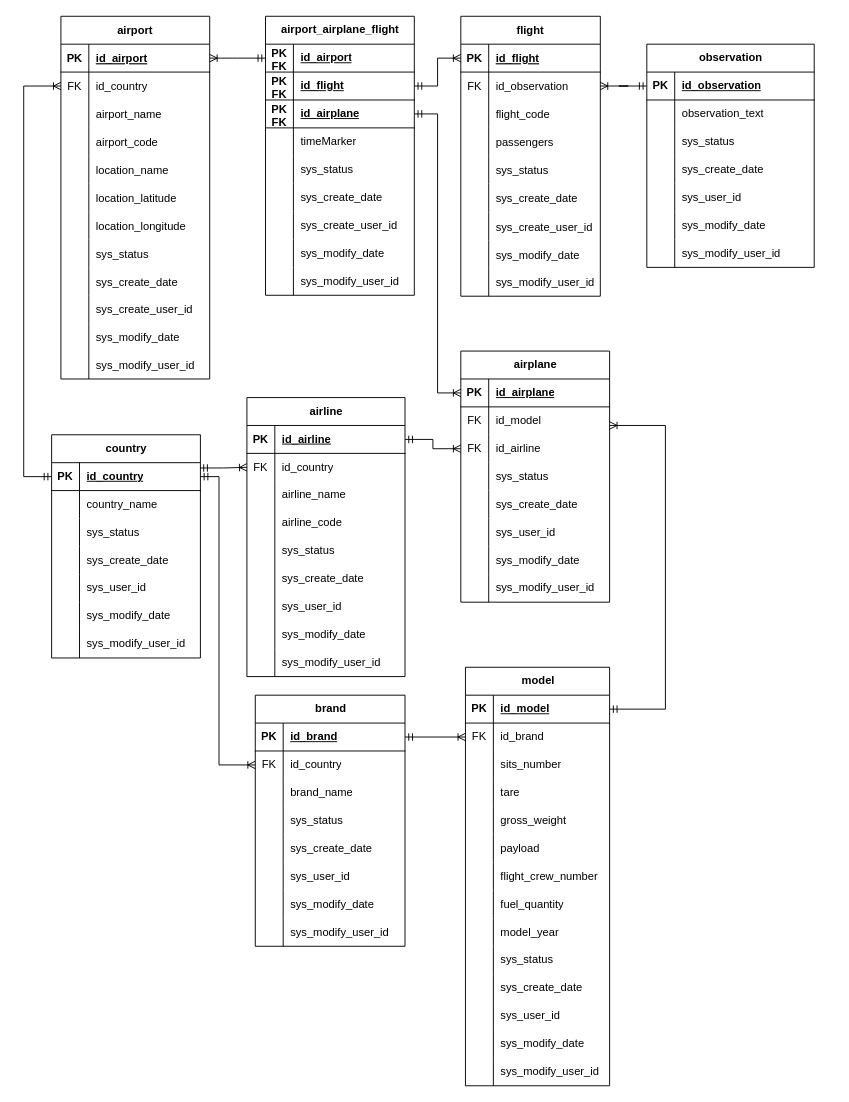
The draw.io diagram DER FlightRadar.drawio in DanielDuarte-Developer/ProjetoBDFlightRadar, before the edit. Source tidied: cells renumbered, new cells numbered last; positions are measured from the earlier drawing's top-left corner, leaving out a move shared by most shapes. Both pictures are drawn from the tidied source at 93%, with x=0, y=0 at pixel (23, 16).
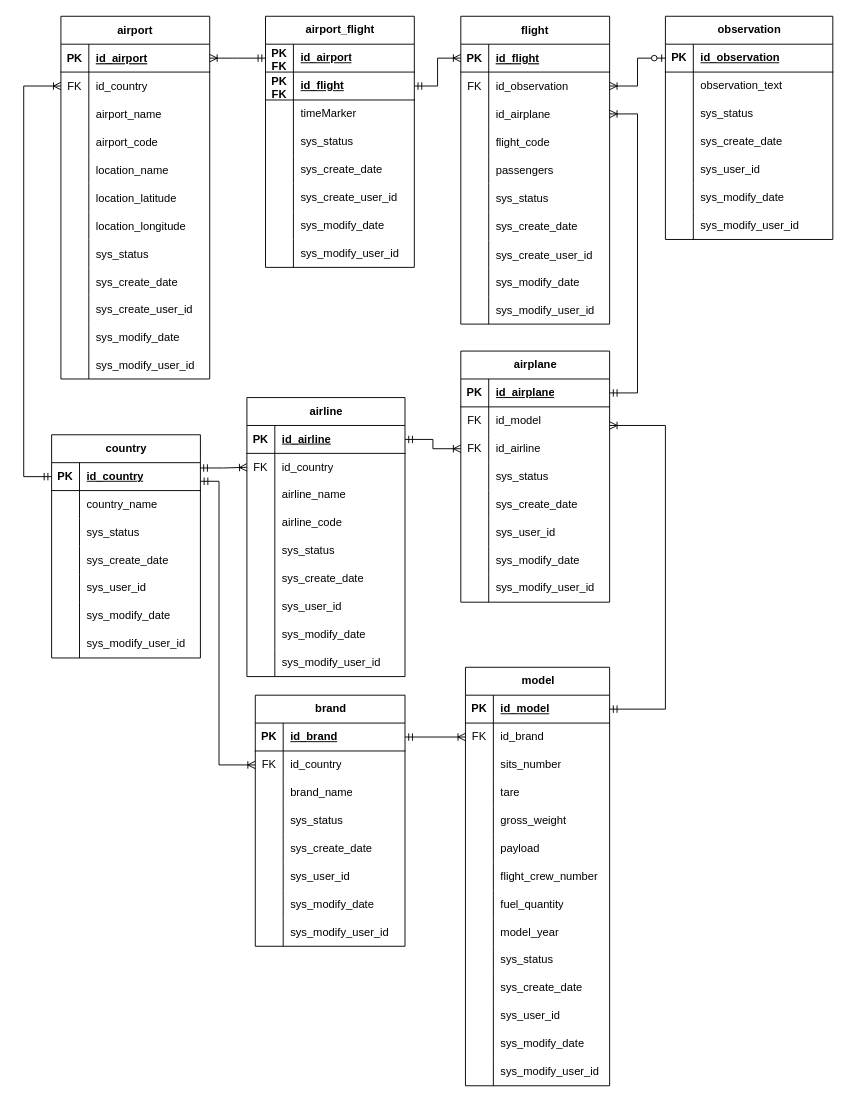
After the change.

Commit message:
I am once again updating the diagram

Unchanged cells that the change refers to:
```xml
<mxCell id="96" style="shape=tableRow;horizontal=0;startSize=0;swimlaneHead=0;swimlaneBody=0;fillColor=none;points=[[0,0.5],[1,0.5]];portConstraint=eastwest;top=0;left=0;right=0;bottom=1;" parent="95" vertex="1">
  <mxGeometry y="30" width="160" height="30" as="geometry" />
</mxCell>
<mxCell id="121" style="shape=tableRow;horizontal=0;startSize=0;swimlaneHead=0;swimlaneBody=0;fillColor=none;points=[[0,0.5],[1,0.5]];portConstraint=eastwest;top=0;left=0;right=0;bottom=1;" parent="120" vertex="1">
  <mxGeometry y="30" width="160" height="30" as="geometry" />
</mxCell>
<mxCell id="189" style="shape=tableRow;horizontal=0;startSize=0;swimlaneHead=0;swimlaneBody=0;fillColor=none;points=[[0,0.5],[1,0.5]];portConstraint=eastwest;top=0;left=0;right=0;bottom=0;" parent="185" vertex="1">
  <mxGeometry y="60" width="161" height="30" as="geometry" />
</mxCell>
<mxCell id="248" style="shape=tableRow;horizontal=0;startSize=0;swimlaneHead=0;swimlaneBody=0;fillColor=none;points=[[0,0.5],[1,0.5]];portConstraint=eastwest;top=0;left=0;right=0;bottom=1;" parent="247" vertex="1">
  <mxGeometry y="30" width="180" height="30" as="geometry" />
</mxCell>
```

The edit, as a diff of the source:
```diff
@@
     <mxCell id="2" value="flight" style="shape=table;startSize=30;childLayout=tableLayout;rowLines=0;fontStyle=1;align=center;" parent="1" vertex="1">
-      <mxGeometry x="470" width="150" height="301" as="geometry" />
+      <mxGeometry x="470" width="160" height="331" as="geometry" />
     </mxCell>
     <mxCell id="3" style="shape=partialRectangle;fillColor=none;points=[[0,0.5],[1,0.5]];portConstraint=eastwest;top=0;left=0;right=0;bottom=1;" parent="2" vertex="1">
-      <mxGeometry y="30" width="150" height="30" as="geometry" />
+      <mxGeometry y="30" width="160" height="30" as="geometry" />
     </mxCell>
@@
     <mxCell id="5" value="id_flight" style="shape=partialRectangle;overflow=hidden;fillColor=none;top=0;left=0;bottom=0;right=0;align=left;spacingLeft=6;fontStyle=5;" parent="3" vertex="1">
-      <mxGeometry x="30" width="120" height="30" as="geometry" />
+      <mxGeometry x="30" width="130" height="30" as="geometry" />
     </mxCell>
     <mxCell id="6" style="shape=partialRectangle;fillColor=none;points=[[0,0.5],[1,0.5]];portConstraint=eastwest;top=0;left=0;right=0;bottom=0;" parent="2" vertex="1">
-      <mxGeometry y="60" width="150" height="30" as="geometry" />
+      <mxGeometry y="60" width="160" height="30" as="geometry" />
     </mxCell>
@@
     <mxCell id="8" value="id_observation" style="shape=partialRectangle;overflow=hidden;fillColor=none;top=0;left=0;bottom=0;right=0;align=left;spacingLeft=6;" parent="6" vertex="1">
-      <mxGeometry x="30" width="120" height="30" as="geometry" />
+      <mxGeometry x="30" width="130" height="30" as="geometry" />
     </mxCell>
     <mxCell id="9" style="shape=partialRectangle;fillColor=none;points=[[0,0.5],[1,0.5]];portConstraint=eastwest;top=0;left=0;right=0;bottom=0;" parent="2" vertex="1">
-      <mxGeometry y="90" width="150" height="30" as="geometry" />
+      <mxGeometry y="90" width="160" height="30" as="geometry" />
     </mxCell>
@@
-    <mxCell id="11" value="flight_code" style="shape=partialRectangle;overflow=hidden;fillColor=none;top=0;left=0;bottom=0;right=0;align=left;spacingLeft=6;" parent="9" vertex="1">
-      <mxGeometry x="30" width="120" height="30" as="geometry" />
+    <mxCell id="11" value="id_airplane" style="shape=partialRectangle;overflow=hidden;fillColor=none;top=0;left=0;bottom=0;right=0;align=left;spacingLeft=6;" parent="9" vertex="1">
+      <mxGeometry x="30" width="130" height="30" as="geometry" />
     </mxCell>
+    <mxCell id="270" style="shape=partialRectangle;fillColor=none;top=0;left=0;right=0;bottom=0;" parent="2" vertex="1">
+      <mxGeometry y="120" width="160" height="30" as="geometry" />
+    </mxCell>
+    <mxCell id="271" style="shape=partialRectangle;overflow=hidden;fillColor=none;top=0;left=0;bottom=0;right=0;" parent="270" vertex="1">
+      <mxGeometry width="30" height="30" as="geometry" />
+    </mxCell>
+    <mxCell id="272" value="flight_code" style="shape=partialRectangle;overflow=hidden;fillColor=none;top=0;left=0;bottom=0;right=0;align=left;spacingLeft=6;" parent="270" vertex="1">
+      <mxGeometry x="30" width="130" height="30" as="geometry" />
+    </mxCell>
     <mxCell id="12" style="shape=partialRectangle;fillColor=none;top=0;left=0;right=0;bottom=0;" parent="2" vertex="1">
-      <mxGeometry y="120" width="150" height="30" as="geometry" />
+      <mxGeometry y="150" width="160" height="30" as="geometry" />
     </mxCell>
@@
     <mxCell id="14" value="passengers" style="shape=partialRectangle;overflow=hidden;fillColor=none;top=0;left=0;bottom=0;right=0;align=left;spacingLeft=6;" parent="12" vertex="1">
-      <mxGeometry x="30" width="120" height="30" as="geometry" />
+      <mxGeometry x="30" width="130" height="30" as="geometry" />
     </mxCell>
     <mxCell id="15" style="shape=partialRectangle;fillColor=none;top=0;left=0;right=0;bottom=0;" parent="2" vertex="1">
-      <mxGeometry y="150" width="150" height="30" as="geometry" />
+      <mxGeometry y="180" width="160" height="30" as="geometry" />
     </mxCell>
@@
     <mxCell id="17" value="sys_status" style="shape=partialRectangle;overflow=hidden;fillColor=none;top=0;left=0;bottom=0;right=0;align=left;spacingLeft=6;" parent="15" vertex="1">
-      <mxGeometry x="30" width="120" height="30" as="geometry" />
+      <mxGeometry x="30" width="130" height="30" as="geometry" />
     </mxCell>
     <mxCell id="18" style="shape=partialRectangle;fillColor=none;top=0;left=0;right=0;bottom=0;" parent="2" vertex="1">
-      <mxGeometry y="180" width="150" height="31" as="geometry" />
+      <mxGeometry y="210" width="160" height="31" as="geometry" />
     </mxCell>
@@
     <mxCell id="20" value="sys_create_date" style="shape=partialRectangle;overflow=hidden;fillColor=none;top=0;left=0;bottom=0;right=0;align=left;spacingLeft=6;" parent="18" vertex="1">
-      <mxGeometry x="30" width="120" height="31" as="geometry" />
+      <mxGeometry x="30" width="130" height="31" as="geometry" />
     </mxCell>
     <mxCell id="21" style="shape=partialRectangle;fillColor=none;top=0;left=0;right=0;bottom=0;" parent="2" vertex="1">
-      <mxGeometry y="211" width="150" height="30" as="geometry" />
+      <mxGeometry y="241" width="160" height="30" as="geometry" />
     </mxCell>
@@
     <mxCell id="23" value="sys_create_user_id" style="shape=partialRectangle;overflow=hidden;fillColor=none;top=0;left=0;bottom=0;right=0;align=left;spacingLeft=6;" parent="21" vertex="1">
-      <mxGeometry x="30" width="120" height="30" as="geometry" />
+      <mxGeometry x="30" width="130" height="30" as="geometry" />
     </mxCell>
     <mxCell id="24" style="shape=partialRectangle;fillColor=none;top=0;left=0;right=0;bottom=0;" parent="2" vertex="1">
-      <mxGeometry y="241" width="150" height="30" as="geometry" />
+      <mxGeometry y="271" width="160" height="30" as="geometry" />
     </mxCell>
@@
     <mxCell id="26" value="sys_modify_date" style="shape=partialRectangle;overflow=hidden;fillColor=none;top=0;left=0;bottom=0;right=0;align=left;spacingLeft=6;" parent="24" vertex="1">
-      <mxGeometry x="30" width="120" height="30" as="geometry" />
+      <mxGeometry x="30" width="130" height="30" as="geometry" />
     </mxCell>
     <mxCell id="27" style="shape=partialRectangle;fillColor=none;top=0;left=0;right=0;bottom=0;" parent="2" vertex="1">
-      <mxGeometry y="271" width="150" height="30" as="geometry" />
+      <mxGeometry y="301" width="160" height="30" as="geometry" />
     </mxCell>
@@
     <mxCell id="29" value="sys_modify_user_id" style="shape=partialRectangle;overflow=hidden;fillColor=none;top=0;left=0;bottom=0;right=0;align=left;spacingLeft=6;" parent="27" vertex="1">
-      <mxGeometry x="30" width="120" height="30" as="geometry" />
+      <mxGeometry x="30" width="130" height="30" as="geometry" />
     </mxCell>
@@
-    <mxCell id="210" value="airport_airplane_flight" style="shape=table;startSize=30;childLayout=tableLayout;rowLines=0;fontStyle=1;align=center;html=1;" parent="1" vertex="1">
-      <mxGeometry x="260" width="160" height="300" as="geometry" />
+    <mxCell id="210" value="airport_flight" style="shape=table;startSize=30;childLayout=tableLayout;rowLines=0;fontStyle=1;align=center;html=1;" parent="1" vertex="1">
+      <mxGeometry x="260" width="160" height="270" as="geometry" />
     </mxCell>
@@
-    <mxCell id="217" style="shape=tableRow;horizontal=0;startSize=0;swimlaneHead=0;swimlaneBody=0;fillColor=none;points=[[0,0.5],[1,0.5]];portConstraint=eastwest;top=0;left=0;right=0;bottom=1;" parent="210" vertex="1">
-      <mxGeometry y="90" width="160" height="30" as="geometry" />
-    </mxCell>
-    <mxCell id="218" value="PK FK" style="shape=partialRectangle;fillColor=none;top=0;left=0;bottom=0;right=0;fontStyle=1;overflow=hidden;whiteSpace=wrap;html=1;" parent="217" vertex="1">
-      <mxGeometry width="30" height="30" as="geometry" />
-    </mxCell>
-    <mxCell id="219" value="id_airplane" style="shape=partialRectangle;fillColor=none;top=0;left=0;bottom=0;right=0;align=left;spacingLeft=6;fontStyle=5;overflow=hidden;whiteSpace=wrap;html=1;" parent="217" vertex="1">
-      <mxGeometry x="30" width="130" height="30" as="geometry" />
-    </mxCell>
     <mxCell id="220" style="shape=tableRow;horizontal=0;startSize=0;swimlaneHead=0;swimlaneBody=0;fillColor=none;top=0;left=0;right=0;bottom=0;" parent="210" vertex="1">
-      <mxGeometry y="120" width="160" height="30" as="geometry" />
+      <mxGeometry y="90" width="160" height="30" as="geometry" />
     </mxCell>
@@
     <mxCell id="223" style="shape=tableRow;horizontal=0;startSize=0;swimlaneHead=0;swimlaneBody=0;fillColor=none;top=0;left=0;right=0;bottom=0;" parent="210" vertex="1">
-      <mxGeometry y="150" width="160" height="30" as="geometry" />
+      <mxGeometry y="120" width="160" height="30" as="geometry" />
     </mxCell>
@@
     <mxCell id="226" style="shape=tableRow;horizontal=0;startSize=0;swimlaneHead=0;swimlaneBody=0;fillColor=none;top=0;left=0;right=0;bottom=0;" parent="210" vertex="1">
-      <mxGeometry y="180" width="160" height="30" as="geometry" />
+      <mxGeometry y="150" width="160" height="30" as="geometry" />
     </mxCell>
@@
     <mxCell id="229" style="shape=tableRow;horizontal=0;startSize=0;swimlaneHead=0;swimlaneBody=0;fillColor=none;top=0;left=0;right=0;bottom=0;" parent="210" vertex="1">
-      <mxGeometry y="210" width="160" height="30" as="geometry" />
+      <mxGeometry y="180" width="160" height="30" as="geometry" />
     </mxCell>
@@
     <mxCell id="232" style="shape=tableRow;horizontal=0;startSize=0;swimlaneHead=0;swimlaneBody=0;fillColor=none;top=0;left=0;right=0;bottom=0;" parent="210" vertex="1">
-      <mxGeometry y="240" width="160" height="30" as="geometry" />
+      <mxGeometry y="210" width="160" height="30" as="geometry" />
     </mxCell>
@@
     <mxCell id="235" style="shape=tableRow;horizontal=0;startSize=0;swimlaneHead=0;swimlaneBody=0;fillColor=none;top=0;left=0;right=0;bottom=0;" parent="210" vertex="1">
-      <mxGeometry y="270" width="160" height="30" as="geometry" />
+      <mxGeometry y="240" width="160" height="30" as="geometry" />
     </mxCell>
@@
-    <mxCell id="241" style="fontSize=12;html=1;endArrow=ERoneToMany;startArrow=ERmandOne;rounded=0;entryX=0;entryY=0.5;entryDx=0;entryDy=0;exitX=1;exitY=0.5;exitDx=0;exitDy=0;edgeStyle=orthogonalEdgeStyle;" parent="1" edge="1" source="217" target="96">
-      <mxGeometry relative="1" as="geometry" />
-    </mxCell>
@@
     <mxCell id="244" style="edgeStyle=orthogonalEdgeStyle;fontSize=12;html=1;endArrow=ERoneToMany;startArrow=ERmandOne;rounded=0;" parent="1" edge="1" source="121" target="189">
       <mxGeometry relative="1" as="geometry">
         <Array as="points">
-          <mxPoint x="210" y="495" />
+          <mxPoint x="210" y="500" />
           <mxPoint x="210" y="805" />
         </Array>
       </mxGeometry>
     </mxCell>
@@
     <mxCell id="247" value="observation" style="shape=table;startSize=30;childLayout=tableLayout;rowLines=0;fontStyle=1;align=center;html=1;" parent="1" vertex="1">
-      <mxGeometry x="670" y="30" width="180" height="240" as="geometry" />
+      <mxGeometry x="690" width="180" height="240" as="geometry" />
     </mxCell>
@@
+    <mxCell id="273" style="edgeStyle=entityRelationEdgeStyle;fontSize=12;html=1;endArrow=ERoneToMany;startArrow=ERmandOne;rounded=0;" parent="1" edge="1" source="96" target="9">
+      <mxGeometry relative="1" as="geometry" />
+    </mxCell>
-    <mxCell id="269" style="edgeStyle=entityRelationEdgeStyle;fontSize=12;html=1;endArrow=ERoneToMany;startArrow=ERmandOne;rounded=0;" parent="1" edge="1" source="248" target="6">
+    <mxCell id="269" style="edgeStyle=entityRelationEdgeStyle;fontSize=12;html=1;endArrow=ERoneToMany;startArrow=ERzeroToOne;rounded=0;" parent="1" edge="1" source="248" target="6">
       <mxGeometry relative="1" as="geometry" />
     </mxCell>
```
